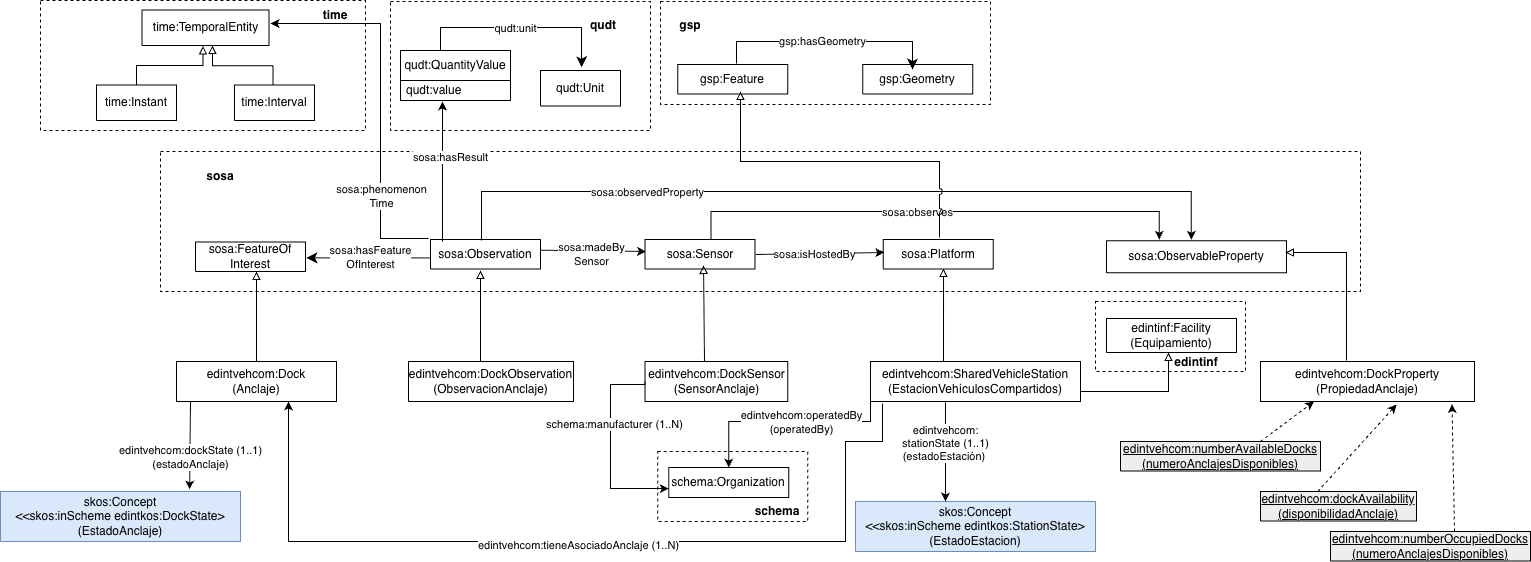
The draw.io diagram diagrams/diagrama-conceptual-estaciones.png in EDINT-Ontologia/edint-ontologia-vehiculos-compartidos, before a commit. Source tidied: cells renumbered, new cells last; positions are measured from the earlier drawing's top-left corner, leaving out a move shared by most shapes.
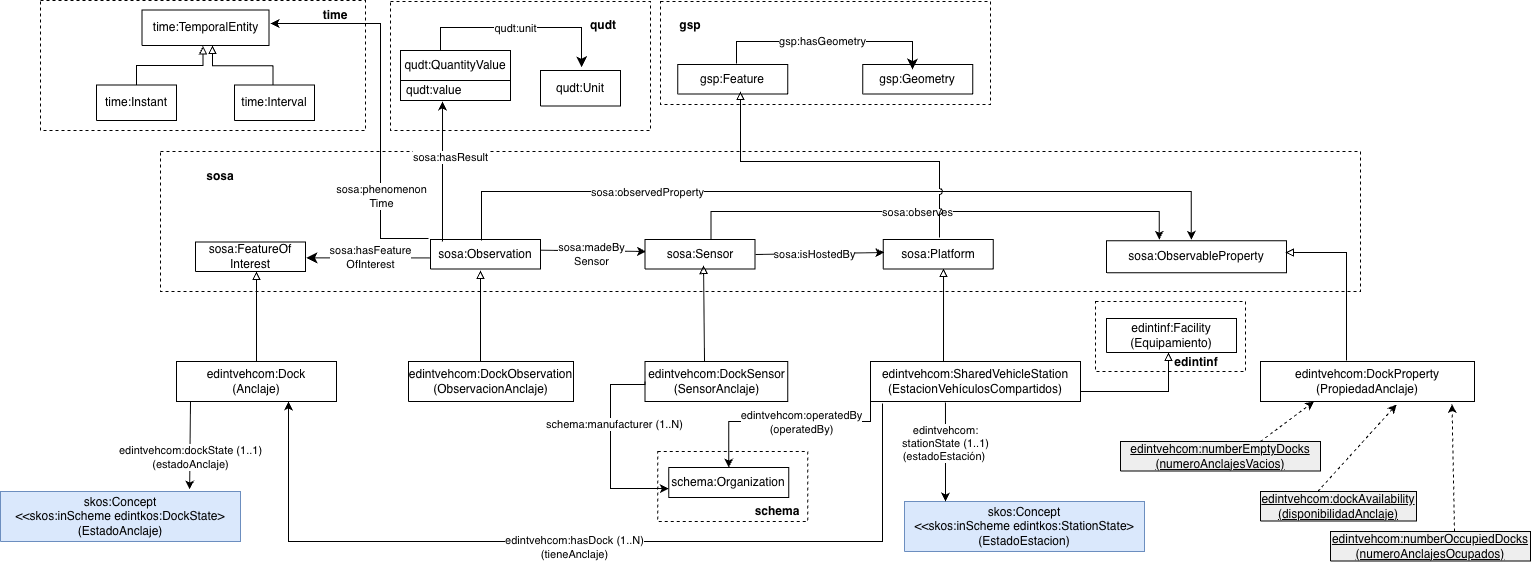
After the change.

Commit message:
Ajustes en los diagramas, clases y object properties ontología

Diff of the diagram source:
```diff
@@ -253,7 +253,7 @@
       <mxGeometry x="1106" y="318" width="130" height="34" as="geometry" />
     </mxCell>
     <mxCell id="60" value="&lt;div&gt;skos:Concept&lt;/div&gt;&lt;div&gt;&amp;lt;&amp;lt;skos:inScheme edintkos:StationState&amp;gt;&lt;/div&gt;&lt;div&gt;(EstadoEstacion)&lt;/div&gt;" style="verticalAlign=middle;align=center;vsdxID=334;shape=(stored shape, 160 characters);labelBackgroundColor=none;rounded=0;html=1;whiteSpace=wrap;fillColor=#dae8fc;strokeColor=#6c8ebf;" parent="1" vertex="1">
-      <mxGeometry x="855" y="501" width="240" height="50" as="geometry" />
+      <mxGeometry x="904" y="501" width="240" height="50" as="geometry" />
     </mxCell>
     <mxCell id="61" style="endArrow=classic;html=1;rounded=0;exitX=0.357;exitY=1.025;exitDx=0;exitDy=0;exitPerimeter=0;" parent="1" edge="1" source="27">
       <mxGeometry relative="1" as="geometry">
@@ -268,16 +268,14 @@
     <mxCell id="63" style="endArrow=classic;html=1;rounded=0;edgeStyle=orthogonalEdgeStyle;exitX=0.057;exitY=1.05;exitDx=0;exitDy=0;exitPerimeter=0;entryX=0.7;entryY=1;entryDx=0;entryDy=0;" parent="1" edge="1" source="27" target="53">
       <mxGeometry relative="1" as="geometry">
         <Array as="points">
-          <mxPoint x="882" y="441" />
-          <mxPoint x="845" y="441" />
-          <mxPoint x="845" y="541" />
+          <mxPoint x="882" y="541" />
           <mxPoint x="288" y="541" />
         </Array>
       </mxGeometry>
     </mxCell>
-    <mxCell id="64" value="edintvehcom:tieneAsociadoAnclaje (1..N)" style="edgeLabel;html=1;align=center;verticalAlign=middle;" parent="63" vertex="1">
+    <mxCell id="64" value="edintvehcom:hasDock (1..N)&lt;div&gt;(tieneAnclaje)&lt;/div&gt;" style="edgeLabel;html=1;align=center;verticalAlign=middle;" parent="63" vertex="1">
       <mxGeometry x="-0.03" y="3" relative="1" as="geometry">
-        <mxPoint x="-20" as="offset" />
+        <mxPoint x="-24" y="2" as="offset" />
       </mxGeometry>
     </mxCell>
     <mxCell id="65" value="edintvehcom:DockProperty (PropiedadAnclaje)" style="rounded=0;whiteSpace=wrap;html=1;strokeColor=#000000;" parent="1" vertex="1">
@@ -304,7 +302,7 @@
     <mxCell id="70" value="edintinf" style="text;html=1;whiteSpace=wrap;strokeColor=none;fillColor=none;align=center;verticalAlign=middle;rounded=0;fontStyle=1;fontSize=12;" parent="1" vertex="1">
       <mxGeometry x="1166" y="352" width="60" height="20" as="geometry" />
     </mxCell>
-    <mxCell id="71" value="&lt;font style=&quot;color: rgb(0, 0, 0); direction: ltr; letter-spacing: 0px; line-height: 120%; opacity: 1;&quot;&gt;&lt;u&gt;edintvehcom:numberAvailableDocks&lt;/u&gt;&lt;/font&gt;&lt;div&gt;&lt;u style=&quot;letter-spacing: 0px; background-color: transparent;&quot;&gt;(numeroAnclajesDisponibles)&lt;/u&gt;&lt;/div&gt;" style="verticalAlign=middle;align=center;vsdxID=334;shape=(stored shape, 160 characters);labelBackgroundColor=none;rounded=0;html=1;whiteSpace=wrap;fontSize=12;fillColor=#EEEEEE;" parent="1" vertex="1">
+    <mxCell id="71" value="&lt;font style=&quot;color: rgb(0, 0, 0); direction: ltr; letter-spacing: 0px; line-height: 120%; opacity: 1;&quot;&gt;&lt;u&gt;edintvehcom:numberEmptyDocks&lt;/u&gt;&lt;/font&gt;&lt;div&gt;&lt;u style=&quot;background-color: transparent; color: light-dark(rgb(0, 0, 0), rgb(255, 255, 255)); letter-spacing: 0px;&quot;&gt;(numeroAnclajesVacios)&lt;/u&gt;&lt;/div&gt;" style="verticalAlign=middle;align=center;vsdxID=334;shape=(stored shape, 160 characters);labelBackgroundColor=none;rounded=0;html=1;whiteSpace=wrap;fontSize=12;fillColor=#EEEEEE;" parent="1" vertex="1">
       <mxGeometry x="1120" y="441" width="200" height="29.5" as="geometry" />
     </mxCell>
     <mxCell id="72" style="endArrow=classic;html=1;rounded=0;entryX=0.25;entryY=1;entryDx=0;entryDy=0;dashed=1;" parent="1" edge="1" target="65">
@@ -339,7 +337,7 @@
         <mxPoint x="-1" y="13" as="offset" />
       </mxGeometry>
     </mxCell>
-    <mxCell id="78" value="&lt;font style=&quot;color: rgb(0, 0, 0); direction: ltr; letter-spacing: 0px; line-height: 120%; opacity: 1;&quot;&gt;&lt;u&gt;edintvehcom:numberOccupiedDocks&lt;/u&gt;&lt;/font&gt;&lt;div&gt;&lt;u style=&quot;letter-spacing: 0px; background-color: transparent;&quot;&gt;(numeroAnclajesDisponibles)&lt;/u&gt;&lt;/div&gt;" style="verticalAlign=middle;align=center;vsdxID=334;shape=(stored shape, 160 characters);labelBackgroundColor=none;rounded=0;html=1;whiteSpace=wrap;fontSize=12;fillColor=#EEEEEE;" parent="1" vertex="1">
+    <mxCell id="78" value="&lt;font style=&quot;color: rgb(0, 0, 0); direction: ltr; letter-spacing: 0px; line-height: 120%; opacity: 1;&quot;&gt;&lt;u&gt;edintvehcom:numberOccupiedDocks&lt;/u&gt;&lt;/font&gt;&lt;div&gt;&lt;u style=&quot;letter-spacing: 0px; background-color: transparent;&quot;&gt;(numeroAnclajesOcupados)&lt;/u&gt;&lt;/div&gt;" style="verticalAlign=middle;align=center;vsdxID=334;shape=(stored shape, 160 characters);labelBackgroundColor=none;rounded=0;html=1;whiteSpace=wrap;fontSize=12;fillColor=#EEEEEE;" parent="1" vertex="1">
       <mxGeometry x="1330" y="531" width="200" height="29.5" as="geometry" />
     </mxCell>
     <mxCell id="79" style="endArrow=classic;html=1;rounded=0;entryX=0.895;entryY=1.063;entryDx=0;entryDy=0;dashed=1;entryPerimeter=0;" parent="1" edge="1" target="65">
```
